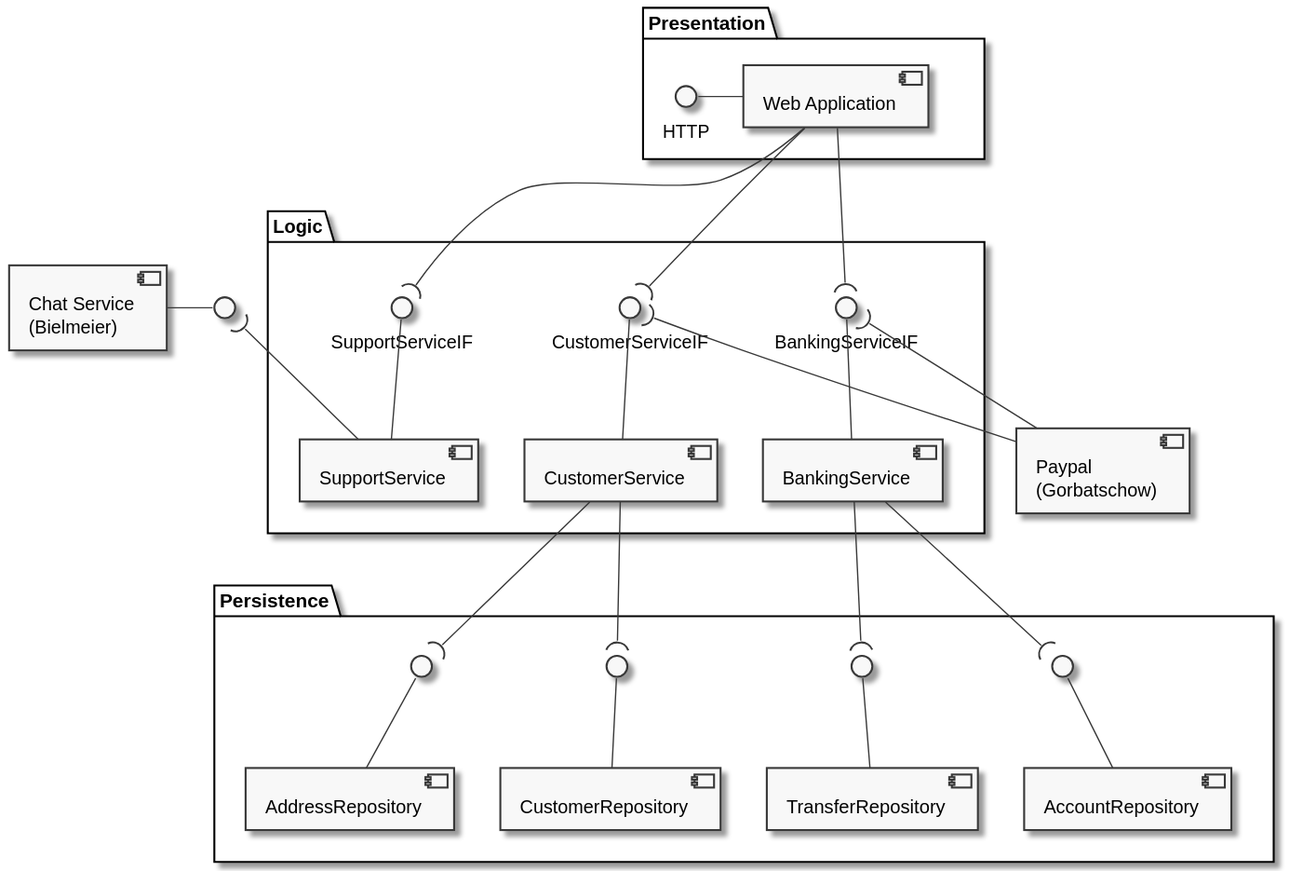
Earlier version of the PlantUML export documentation/diagrams/generatedDiagrams/DiagramComponent_BankingService.svg (SteffBauer/sw_project).
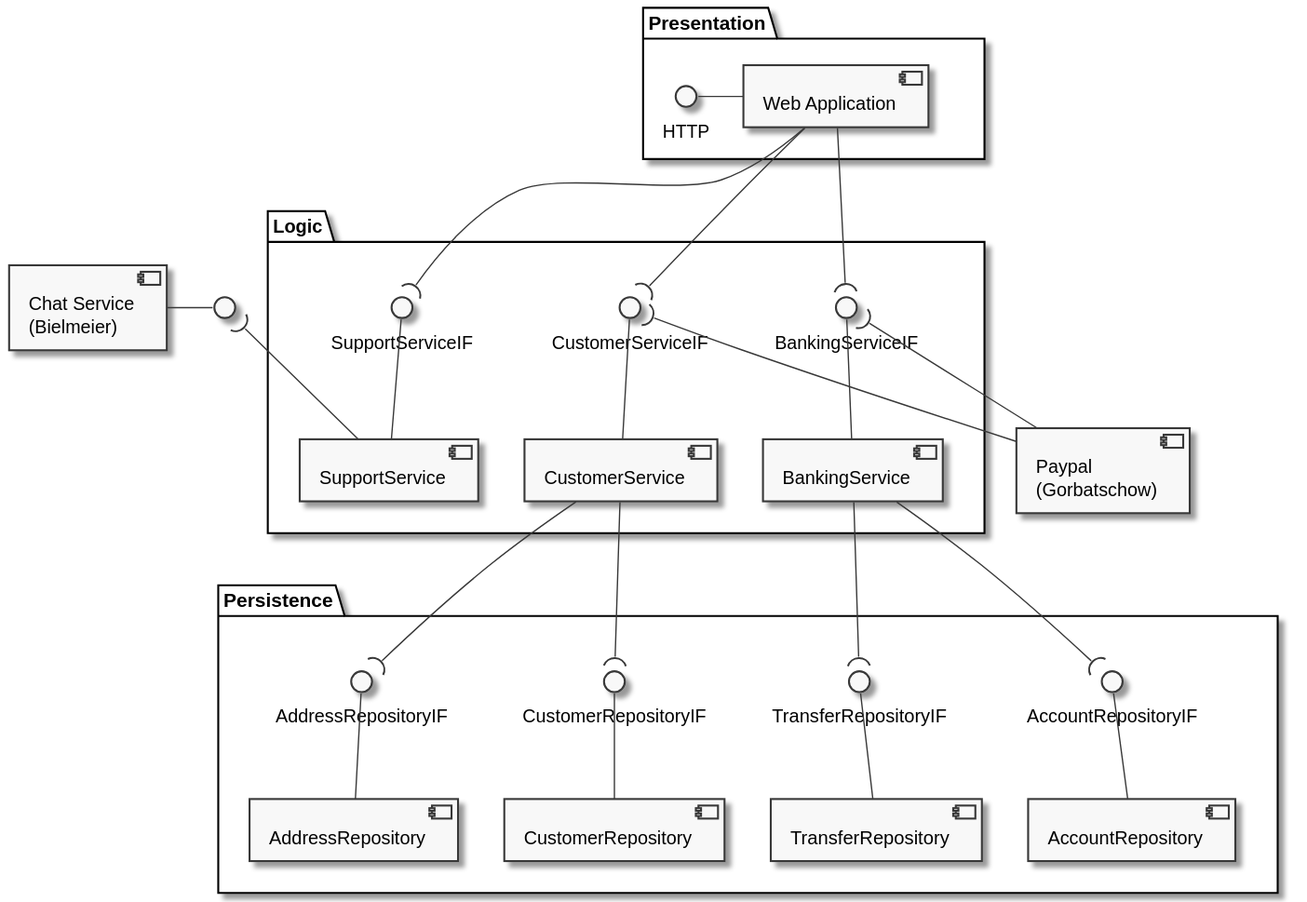
Later version of the same file.

What changed in the source:
```diff
@@ -34,23 +34,18 @@
 }
 
 package "Persistence" as persistence {
-  interface " " as IF2
-  interface " " as IF3
-  interface " " as IF4
-  interface " " as IF5
 
+  [AccountRepository] -up-() AccountRepositoryIF
+  AccountRepositoryIF )-up- [BankingService]
 
-  [AccountRepository] -up-() IF2
-  IF2 )-up- [BankingService]
+  [TransferRepository] -up-() TransferRepositoryIF
+  TransferRepositoryIF )-up- [BankingService]
 
-  [TransferRepository] -up-() IF3
-  IF3 )-up- [BankingService]
+  [CustomerRepository] -up-() CustomerRepositoryIF
+  CustomerRepositoryIF )-up- [CustomerService]
 
-  [CustomerRepository] -up-() IF4
-  IF4 )-up- [CustomerService]
-
-  [AddressRepository] -up-() IF5
-  IF5 )-up- [CustomerService]
+  [AddressRepository] -up-() AddressRepositoryIF
+  AddressRepositoryIF )-up- [CustomerService]
 }
 
 presentation -[hidden]-> logic
```
